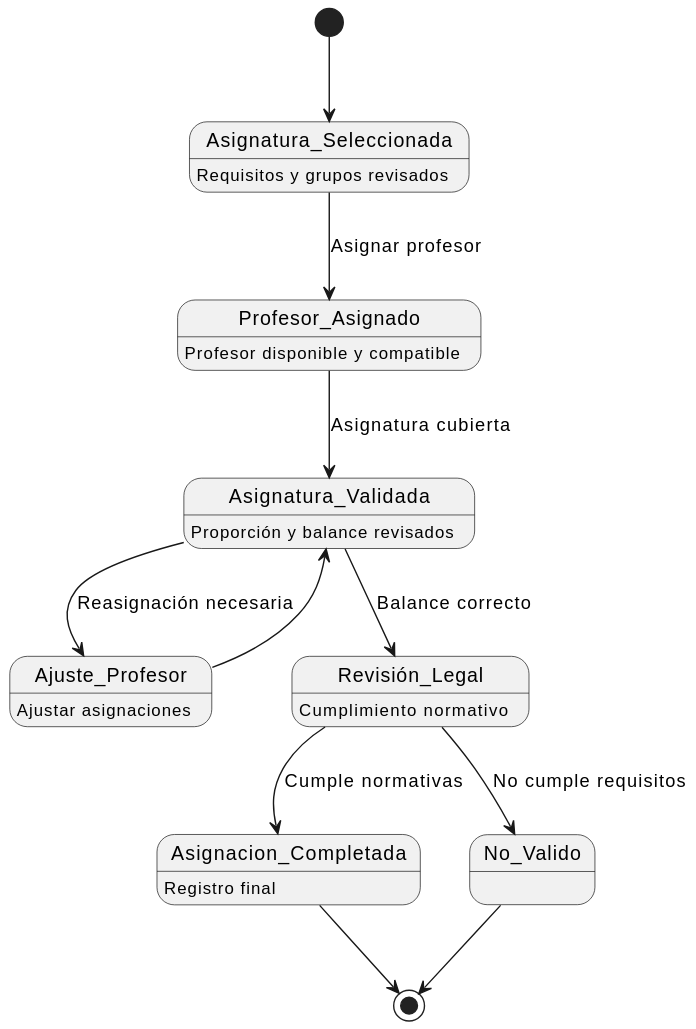
The PlantUML diagram images/modelosUML/MdD/diagramaDeEstados2.svg in mmasias/24-25-IdSw1-SDR, before a commit. Source of this version:
```plantuml
@startuml
[*] --> Asignatura_Seleccionada

state Asignatura_Seleccionada {
    Asignatura_Seleccionada : Requisitos y grupos revisados
}

Asignatura_Seleccionada --> Profesor_Asignado : Asignar profesor

state Profesor_Asignado {
    Profesor_Asignado : Profesor disponible y compatible
}

Profesor_Asignado --> Asignatura_Validada : Asignatura cubierta

state Asignatura_Validada {
    Asignatura_Validada : Proporción y balance revisados
}

Asignatura_Validada --> Ajuste_Profesor : Reasignación necesaria
Asignatura_Validada --> Revisión_Legal : Balance correcto

state Ajuste_Profesor {
    Ajuste_Profesor : Ajustar asignaciones
}

Ajuste_Profesor --> Asignatura_Validada

state Revisión_Legal {
    Revisión_Legal : Cumplimiento normativo
}

Revisión_Legal --> No_Valido : No cumple requisitos
Revisión_Legal --> Asignacion_Completada : Cumple normativas

state Asignacion_Completada {
    Asignacion_Completada : Registro final
}

Asignacion_Completada --> [*]
No_Valido --> [*]
@enduml
```
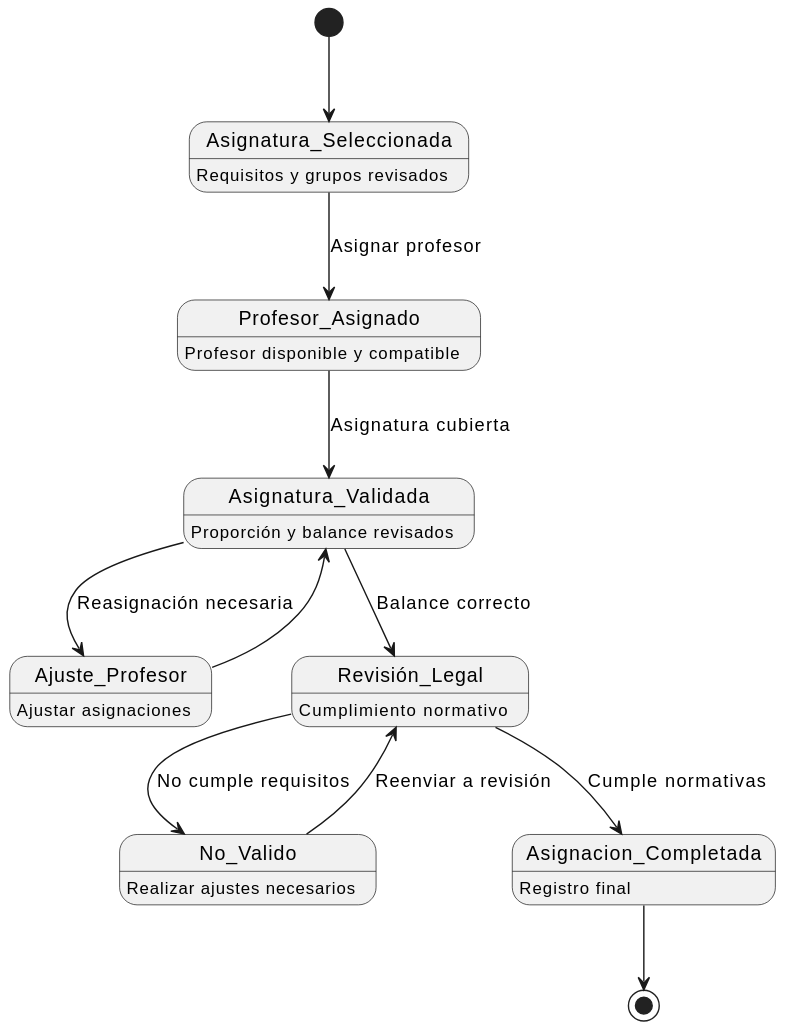
The same diagram one commit later.

Commit message:
Actualizar diagramas de estados: mejorar la estructura y formato de los estados y transiciones

What changed in the source:
```diff
@@ -2,41 +2,46 @@
 [*] --> Asignatura_Seleccionada
 
 state Asignatura_Seleccionada {
-    Asignatura_Seleccionada : Requisitos y grupos revisados
+    Asignatura_Seleccionada: Requisitos y grupos revisados
 }
 
-Asignatura_Seleccionada --> Profesor_Asignado : Asignar profesor
+Asignatura_Seleccionada --> Profesor_Asignado: Asignar profesor
 
 state Profesor_Asignado {
-    Profesor_Asignado : Profesor disponible y compatible
+    Profesor_Asignado: Profesor disponible y compatible
 }
 
-Profesor_Asignado --> Asignatura_Validada : Asignatura cubierta
+Profesor_Asignado --> Asignatura_Validada: Asignatura cubierta
 
 state Asignatura_Validada {
-    Asignatura_Validada : Proporción y balance revisados
+    Asignatura_Validada: Proporción y balance revisados
 }
 
-Asignatura_Validada --> Ajuste_Profesor : Reasignación necesaria
-Asignatura_Validada --> Revisión_Legal : Balance correcto
+Asignatura_Validada --> Ajuste_Profesor: Reasignación necesaria
+Asignatura_Validada --> Revisión_Legal: Balance correcto
 
 state Ajuste_Profesor {
-    Ajuste_Profesor : Ajustar asignaciones
+    Ajuste_Profesor: Ajustar asignaciones
 }
 
 Ajuste_Profesor --> Asignatura_Validada
 
 state Revisión_Legal {
-    Revisión_Legal : Cumplimiento normativo
+    Revisión_Legal: Cumplimiento normativo
 }
 
-Revisión_Legal --> No_Valido : No cumple requisitos
-Revisión_Legal --> Asignacion_Completada : Cumple normativas
+Revisión_Legal --> No_Valido: No cumple requisitos
+Revisión_Legal --> Asignacion_Completada: Cumple normativas
+
+state No_Valido {
+    No_Valido: Realizar ajustes necesarios
+}
+
+No_Valido --> Revisión_Legal: Reenviar a revisión
 
 state Asignacion_Completada {
-    Asignacion_Completada : Registro final
+    Asignacion_Completada: Registro final
 }
 
 Asignacion_Completada --> [*]
-No_Valido --> [*]
 @enduml
```
